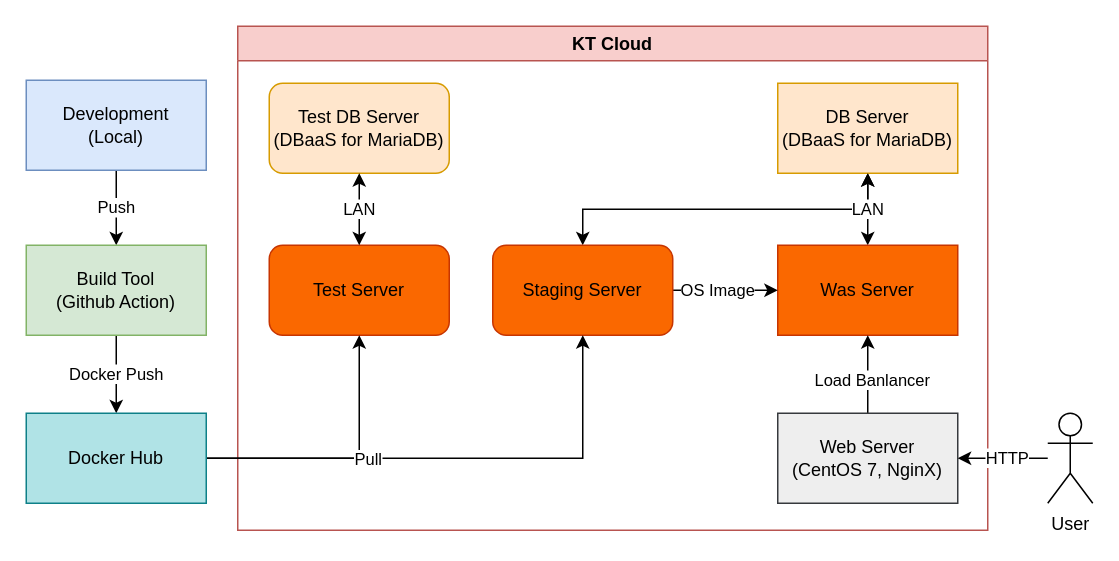
INGPlay/Cloud_Web_Simple keeps this draw.io diagram as images/drawio/Server_Structure_v2.drawio. Above is the earlier version. Source tidied: cells renumbered, new cells numbered last; positions are measured from the earlier drawing's top-left corner, leaving out a move shared by most shapes. Both pictures are drawn from the tidied source at 150%, with x=0, y=0 at pixel (26, 26).
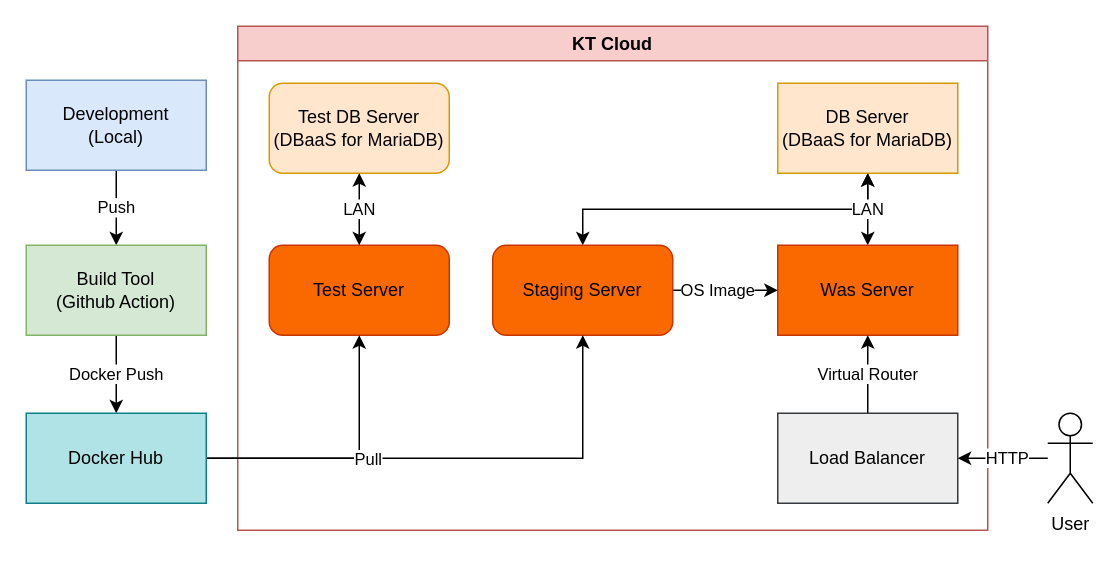
The same diagram, later.

Unchanged cells that the change refers to:
```xml
<mxCell id="2" value="KT Cloud" style="swimlane;whiteSpace=wrap;html=1;fillColor=#f8cecc;strokeColor=#b85450;" parent="1" vertex="1">
  <mxGeometry x="141" width="500" height="336" as="geometry" />
</mxCell>
<mxCell id="6" value="Was Server" style="rounded=0;whiteSpace=wrap;html=1;fillColor=#fa6800;strokeColor=#C73500;fontColor=#000000;" parent="2" vertex="1">
  <mxGeometry x="360" y="146" width="120" height="60" as="geometry" />
</mxCell>
```

What changed in the source:
```diff
@@
-    <mxCell id="7" style="edgeStyle=orthogonalEdgeStyle;rounded=0;jettySize=auto;html=1;" parent="2" edge="1" source="9" target="6">
+    <mxCell id="7" value="Virtual Router" style="edgeStyle=orthogonalEdgeStyle;rounded=0;jettySize=auto;html=1;" parent="2" edge="1" source="9" target="6">
       <mxGeometry relative="1" as="geometry" />
     </mxCell>
-    <mxCell id="8" value="Load Banlancer" style="edgeLabel;html=1;align=center;verticalAlign=middle;" parent="7" vertex="1">
-      <mxGeometry x="-0.1" y="-2" relative="1" as="geometry" />
-    </mxCell>
-    <mxCell id="9" value="Web Server&lt;br&gt;(CentOS 7, NginX)" style="rounded=0;whiteSpace=wrap;html=1;fillColor=#eeeeee;strokeColor=#36393d;" parent="2" vertex="1">
+    <mxCell id="9" value="Load Balancer" style="rounded=0;whiteSpace=wrap;html=1;fillColor=#eeeeee;strokeColor=#36393d;" parent="2" vertex="1">
       <mxGeometry x="360" y="258" width="120" height="60" as="geometry" />
     </mxCell>
```
